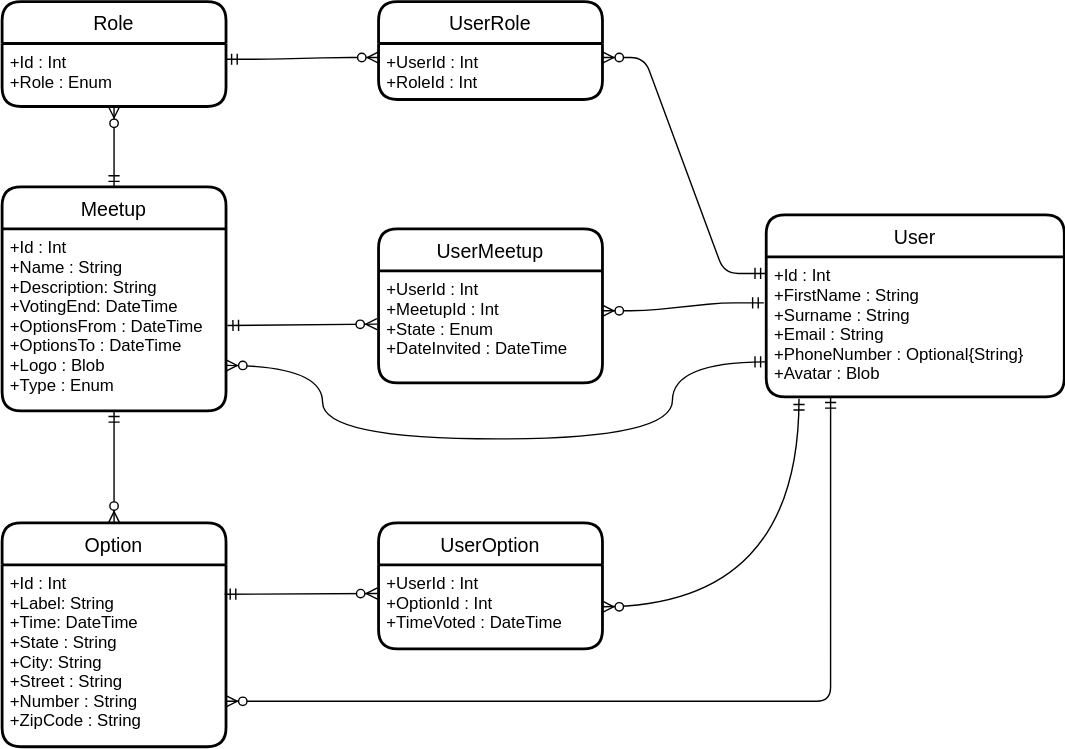
Above: WhenAndWhere_DAL_ERD.svg in mksoska/when-and-where (draw.io), before the change. Source tidied: cells renumbered, new cells last; positions are measured from the earlier drawing's top-left corner, leaving out a move shared by most shapes.
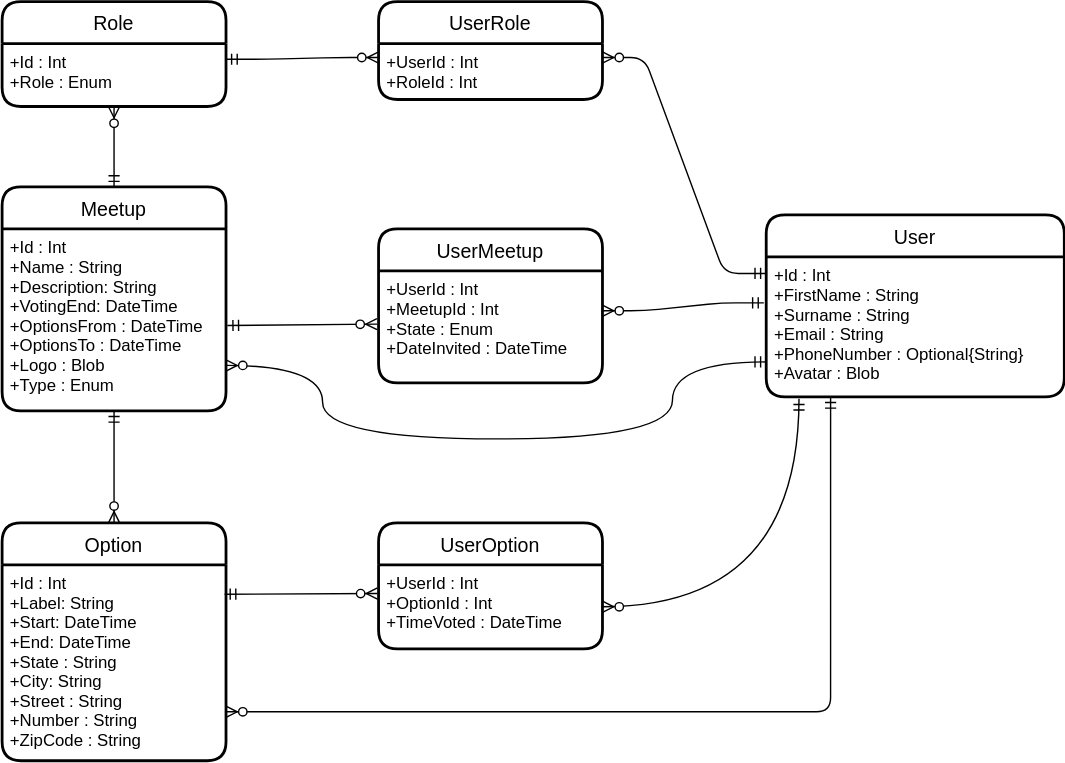
The same diagram one commit later.

Commit message:
Update Option in  ERD diagram

Diff of the diagram source:
```diff
@@ -3,10 +3,10 @@
     <mxCell id="0" />
     <mxCell id="1" parent="0" />
     <mxCell id="2" value="Option" style="swimlane;horizontal=1;startSize=30;rounded=1;fontSize=14;fontStyle=0;strokeWidth=2;shadow=0;dashed=0;align=center;glass=0;" parent="1" vertex="1">
-      <mxGeometry y="372" width="160" height="160" as="geometry" />
+      <mxGeometry y="372" width="160" height="170" as="geometry" />
     </mxCell>
-    <mxCell id="3" value="+Id : Int&#10;+Label: String&#10;+Time: DateTime&#10;+State : String&#10;+City: String&#10;+Street : String&#10;+Number : String&#10;+ZipCode : String&#10;" style="align=left;strokeColor=none;fillColor=none;spacingLeft=4;fontSize=12;verticalAlign=top;glass=0;" parent="2" vertex="1">
-      <mxGeometry y="30" width="160" height="130" as="geometry" />
+    <mxCell id="3" value="+Id : Int&#10;+Label: String&#10;+Start: DateTime&#10;+End: DateTime&#10;+State : String&#10;+City: String&#10;+Street : String&#10;+Number : String&#10;+ZipCode : String&#10;" style="align=left;strokeColor=none;fillColor=none;spacingLeft=4;fontSize=12;verticalAlign=top;glass=0;" parent="2" vertex="1">
+      <mxGeometry y="30" width="160" height="140" as="geometry" />
     </mxCell>
     <mxCell id="4" value="User" style="swimlane;horizontal=1;startSize=30;rounded=1;fontSize=14;fontStyle=0;strokeWidth=2;shadow=0;dashed=0;align=center;glass=0;" parent="1" vertex="1">
       <mxGeometry x="546" y="152" width="213" height="130" as="geometry" />
```
